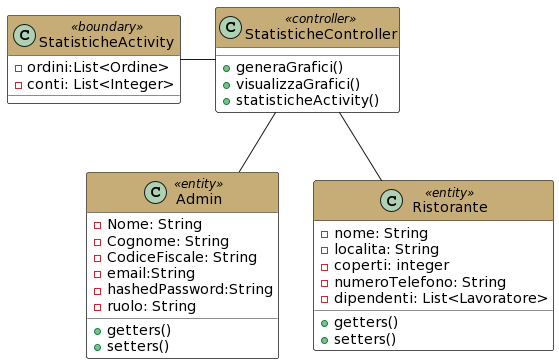
Earlier version of the PlantUML export Documentazione/assets/diagrammi/Class diagram di analisi/Gestione Stat.png (Mathieus99/RatatouilleDoc).
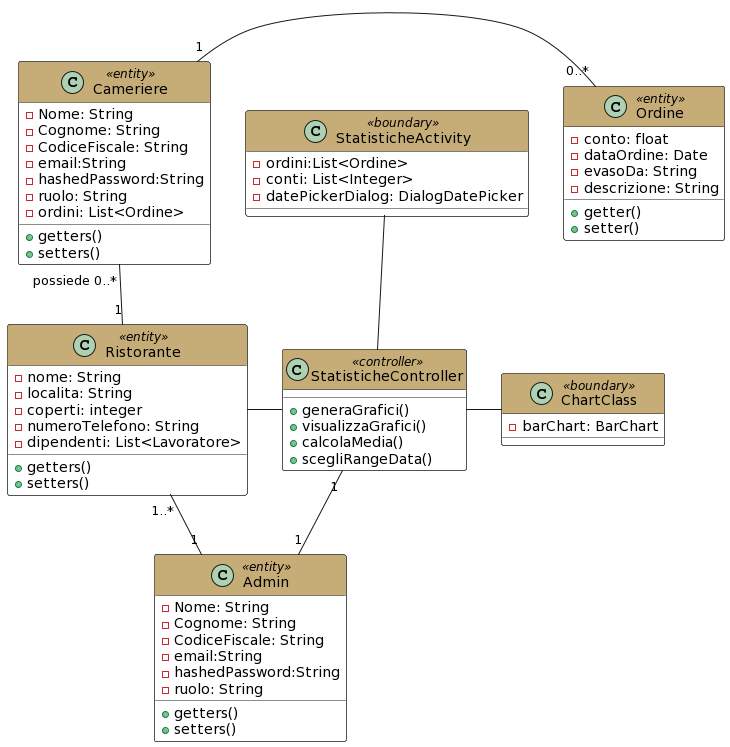
After the change.

Change to the diagram source:
```diff
@@ -17,6 +17,27 @@
  +setters()
 }
 
+class Cameriere <<entity>>  #header:C6AD77 {
+ -Nome: String
+ -Cognome: String
+ -CodiceFiscale: String
+ -email:String
+ -hashedPassword:String
+ -ruolo: String
+ - ordini: List<Ordine>
+ +getters()
+ +setters()
+}
+
+class Ordine <<entity>> #header:C6AD77 {
+ -conto: float
+ -dataOrdine: Date
+ -evasoDa: String
+ -descrizione: String
+  +getter()
+  +setter()
+}
+
 class Ristorante<<entity>>  #header:C6AD77 {
  -nome: String
  -localita: String
@@ -31,7 +52,12 @@
 class StatisticheController << controller >>  #header:C6AD77 {
 +generaGrafici()
 +visualizzaGrafici()
-+statisticheActivity()
++calcolaMedia()
++scegliRangeData()
+}
+
+class ChartClass <<boundary>> #header:C6AD77 {
+ -barChart: BarChart
 }
 
 
@@ -39,10 +65,14 @@
 class StatisticheActivity << boundary >> #header:C6AD77  {
  -ordini:List<Ordine>
  -conti: List<Integer>
+ -datePickerDialog: DialogDatePicker
 }
 
-
-StatisticheController -- Admin
-StatisticheController -- Ristorante
-StatisticheController -left- StatisticheActivity
+Cameriere "1" --right-  "0..*" Ordine
+Admin "1" -up- "1..*" Ristorante
+Ristorante "1" -up- "possiede 0..*"  Cameriere
+StatisticheController -right- ChartClass
+StatisticheController "1" --  "1" Admin
+StatisticheController -left- Ristorante
+StatisticheController -up- StatisticheActivity
 @enduml
```
